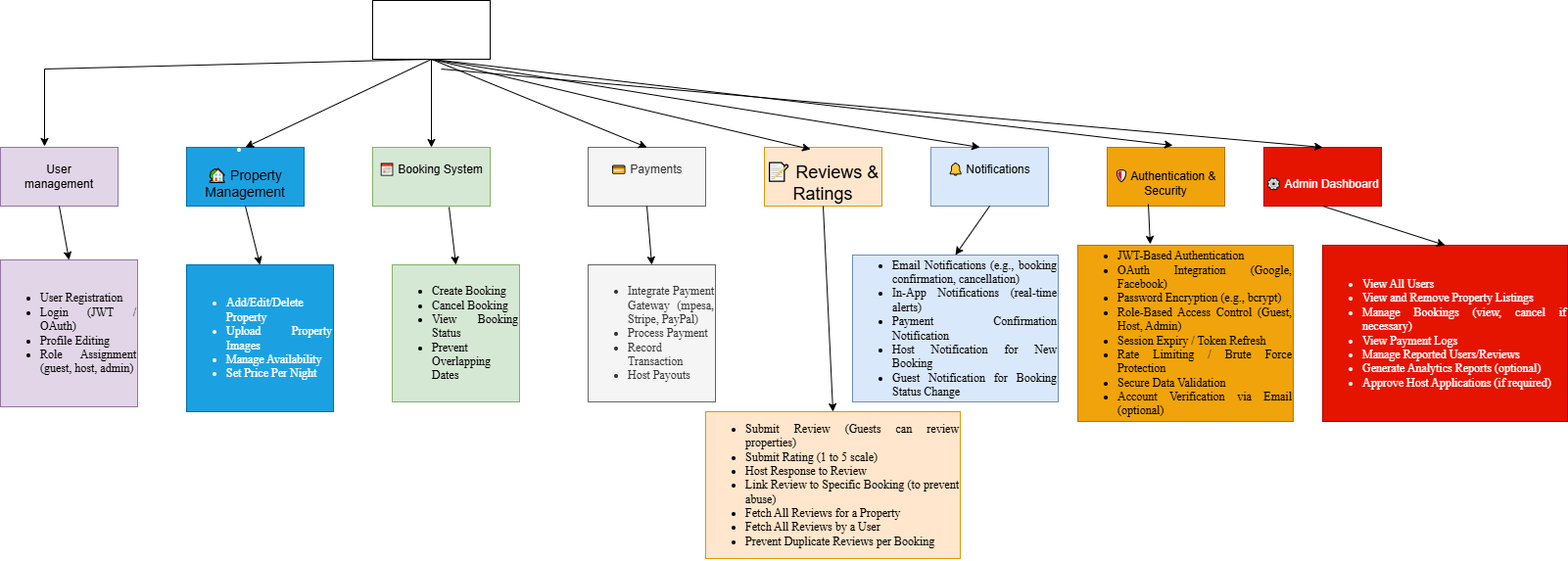
Before: features-and-functionalities/features_and_functionalities.png, a diagram exported from draw.io (noelkips/alx-airbnb-project-documentation). Source tidied: cells renumbered, new cells last; positions are measured from the earlier drawing's top-left corner, leaving out a move shared by most shapes.
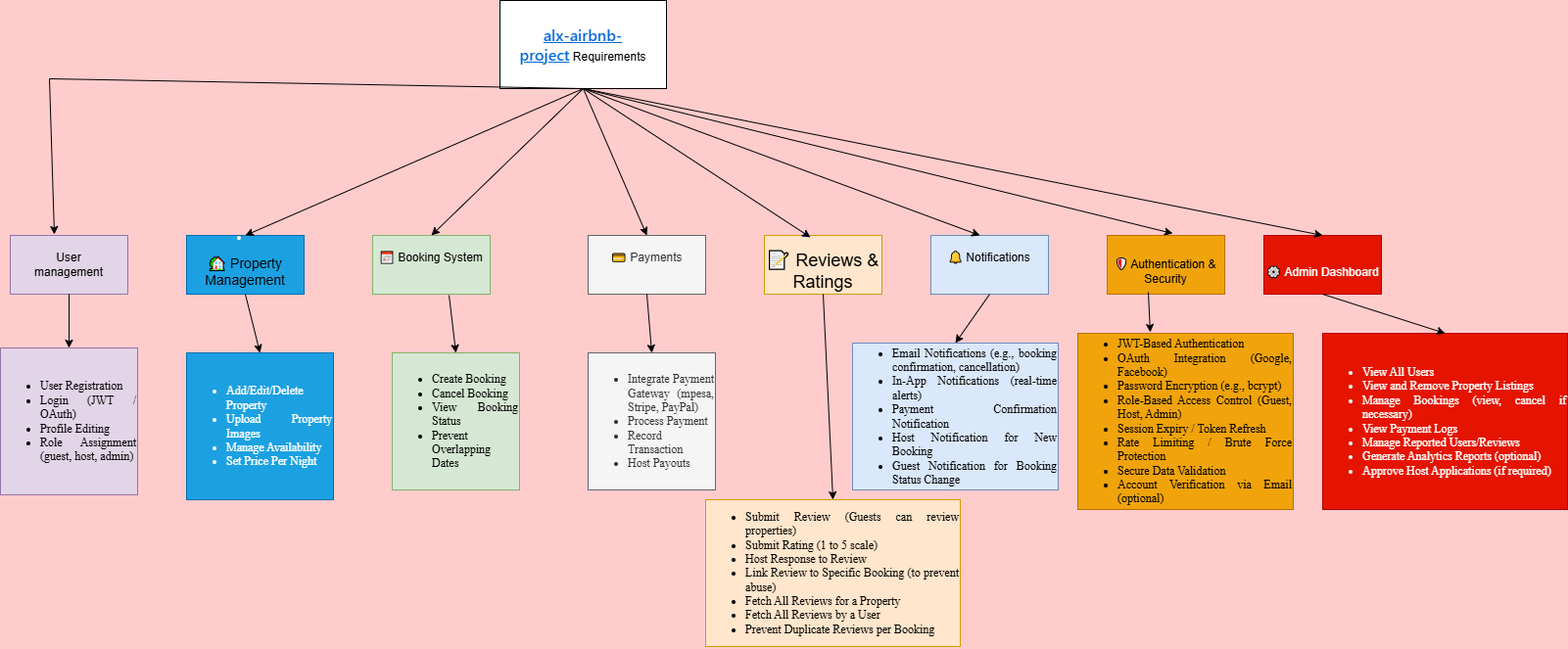
After the change.

Diff of the diagram source:
```diff
@@ -1,9 +1,9 @@
-<mxGraphModel>
+<mxGraphModel background="#FFCCCC">
   <root>
     <mxCell id="0" />
     <mxCell id="1" parent="0" />
-    <mxCell id="2" style="rounded=0;whiteSpace=wrap;html=1;" parent="1" vertex="1">
-      <mxGeometry x="380" width="120" height="60" as="geometry" />
+    <mxCell id="2" value="&lt;br&gt;&lt;a style=&quot;box-sizing: border-box; background-color: rgb(255, 255, 255); color: rgb(9, 105, 218); text-decoration: underline; font-weight: 600; font-family: -apple-system, BlinkMacSystemFont, &amp;quot;Segoe UI&amp;quot;, &amp;quot;Noto Sans&amp;quot;, Helvetica, Arial, sans-serif, &amp;quot;Apple Color Emoji&amp;quot;, &amp;quot;Segoe UI Emoji&amp;quot;; font-size: 16px; font-style: normal; font-variant-ligatures: normal; font-variant-caps: normal; letter-spacing: normal; orphans: 2; text-align: left; text-indent: 0px; text-transform: none; widows: 2; word-spacing: 0px; -webkit-text-stroke-width: 0px; white-space: normal;&quot; href=&quot;https://github.com/noelkips/alx-airbnb-project-documentation/tree/main&quot; class=&quot;Box-sc-g0xbh4-0 kHuKdh prc-Link-Link-85e08&quot;&gt;alx-airbnb-project&lt;/a&gt;&amp;nbsp;Requirements&lt;div&gt;&lt;br/&gt;&lt;/div&gt;" style="rounded=0;whiteSpace=wrap;html=1;" parent="1" vertex="1">
+      <mxGeometry x="510" y="-90" width="170" height="90" as="geometry" />
     </mxCell>
     <mxCell id="3" value="&#10;🔔 Notifications&#10;&#10;" style="rounded=0;whiteSpace=wrap;html=1;fillColor=#dae8fc;strokeColor=#6c8ebf;" parent="1" vertex="1">
       <mxGeometry x="950" y="150" width="120" height="60" as="geometry" />
@@ -21,7 +21,7 @@
       <mxGeometry x="600" y="150" width="120" height="60" as="geometry" />
     </mxCell>
     <mxCell id="8" value="User&lt;div&gt;management&lt;/div&gt;" style="rounded=0;whiteSpace=wrap;html=1;fillColor=#e1d5e7;strokeColor=#9673a6;" parent="1" vertex="1">
-      <mxGeometry y="150" width="120" height="60" as="geometry" />
+      <mxGeometry x="10" y="150" width="120" height="60" as="geometry" />
     </mxCell>
     <mxCell id="9" value="&lt;div&gt;&lt;br&gt;&lt;/div&gt;&lt;div&gt;&lt;span style=&quot;background-color: transparent; color: light-dark(rgb(0, 0, 0), rgb(255, 255, 255));&quot;&gt;🛡️ Authentication &amp;amp; Security&lt;/span&gt;&lt;/div&gt;" style="rounded=0;whiteSpace=wrap;html=1;fillColor=#f0a30a;fontColor=#000000;strokeColor=#BD7000;" parent="1" vertex="1">
       <mxGeometry x="1130" y="150" width="120" height="60" as="geometry" />
@@ -38,7 +38,7 @@
     <mxCell id="13" style="endArrow=classic;html=1;rounded=0;exitX=0.5;exitY=1;exitDx=0;exitDy=0;entryX=0.375;entryY=-0.017;entryDx=0;entryDy=0;entryPerimeter=0;" parent="1" edge="1" source="2" target="8">
       <mxGeometry relative="1" as="geometry">
         <Array as="points">
-          <mxPoint x="45" y="70" />
+          <mxPoint x="50" y="-10" />
         </Array>
       </mxGeometry>
     </mxCell>
@@ -54,10 +54,8 @@
     <mxCell id="17" value="&lt;div&gt;&lt;br&gt;&lt;/div&gt;&lt;div&gt;&lt;span style=&quot;text-align: left;&quot;&gt;⚙️ Admin Dashboard&lt;/span&gt;&lt;/div&gt;" style="rounded=0;whiteSpace=wrap;html=1;fillColor=#e51400;fontColor=#ffffff;strokeColor=#B20000;" parent="1" vertex="1">
       <mxGeometry x="1290" y="150" width="120" height="60" as="geometry" />
     </mxCell>
-    <mxCell id="18" style="endArrow=classic;html=1;rounded=0;entryX=0.5;entryY=0;entryDx=0;entryDy=0;exitX=0.5;exitY=1;exitDx=0;exitDy=0;" parent="1" edge="1" target="17">
-      <mxGeometry relative="1" as="geometry">
-        <mxPoint x="450" y="70" as="sourcePoint" />
-      </mxGeometry>
+    <mxCell id="18" style="endArrow=classic;html=1;rounded=0;entryX=0.5;entryY=0;entryDx=0;entryDy=0;exitX=0.5;exitY=1;exitDx=0;exitDy=0;" parent="1" edge="1" source="2" target="17">
+      <mxGeometry relative="1" as="geometry" />
     </mxCell>
     <mxCell id="19" value="&lt;ul&gt;&lt;li style=&quot;text-align: justify;&quot;&gt;&lt;font face=&quot;Times New Roman&quot;&gt;User Registration&lt;/font&gt;&lt;/li&gt;&lt;li style=&quot;text-align: justify;&quot;&gt;&lt;font face=&quot;Times New Roman&quot;&gt;Login (JWT / OAuth)&lt;/font&gt;&lt;/li&gt;&lt;li style=&quot;text-align: justify;&quot;&gt;&lt;font face=&quot;Times New Roman&quot;&gt;Profile Editing&lt;/font&gt;&lt;/li&gt;&lt;li style=&quot;text-align: justify;&quot;&gt;&lt;font face=&quot;Times New Roman&quot;&gt;Role Assignment (guest, host, admin)&lt;/font&gt;&lt;/li&gt;&lt;/ul&gt;" style="rounded=0;whiteSpace=wrap;html=1;fillColor=#e1d5e7;strokeColor=#9673a6;" parent="1" vertex="1">
       <mxGeometry y="265" width="140" height="150" as="geometry" />
```
